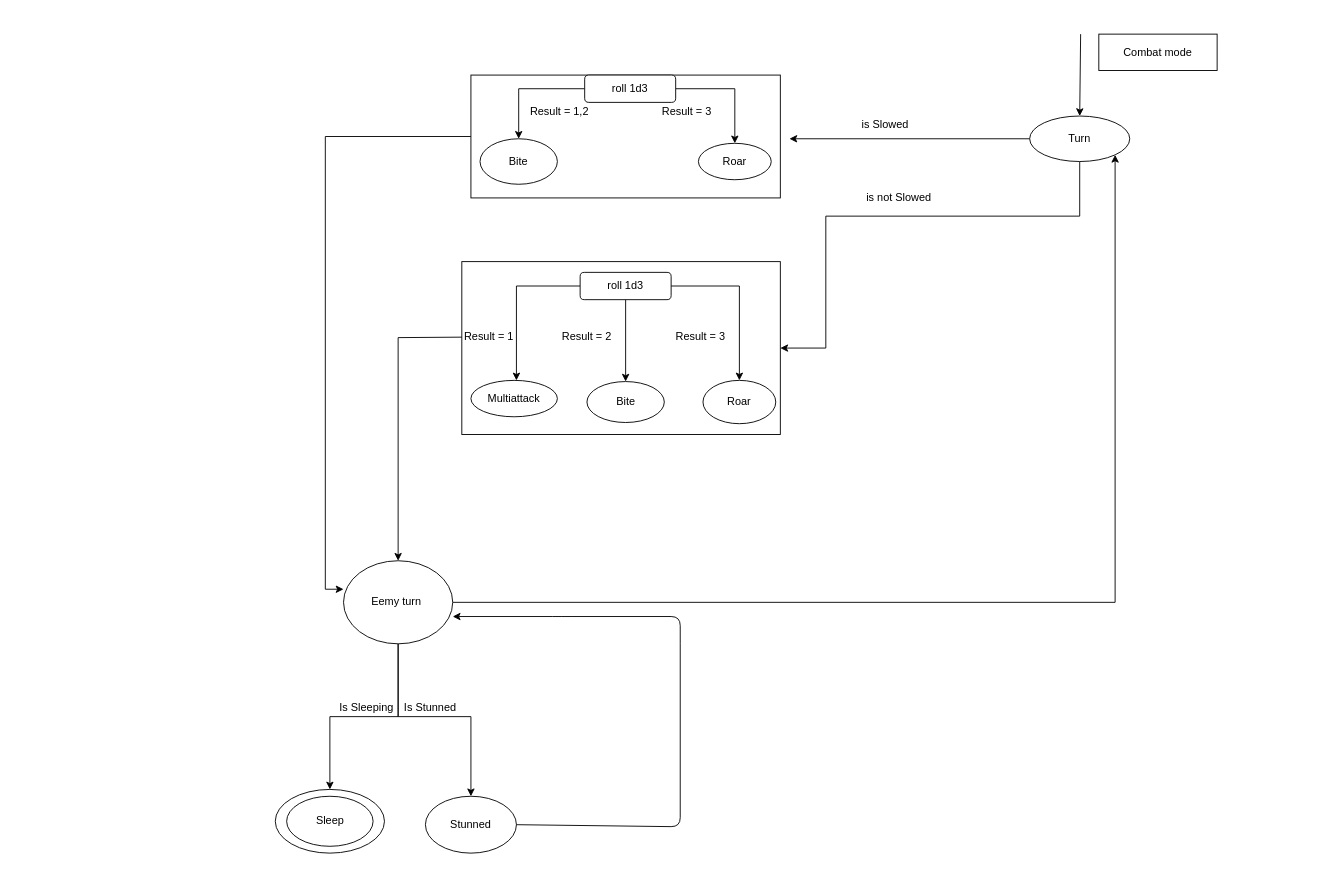
Earlier version of the draw.io diagram page "Page-1" (1 of 2) of Documentation/Pictures/Level/FSM/Cerberus_FSM_source.drawio (Sephirothbahamut/Accio-Niffler). Source tidied: cells renumbered, new cells numbered last; positions are measured from the earlier drawing's top-left corner, leaving out a move shared by most shapes. Both pictures are drawn from the tidied source at 91%, with x=0, y=0 at pixel (275, 34).
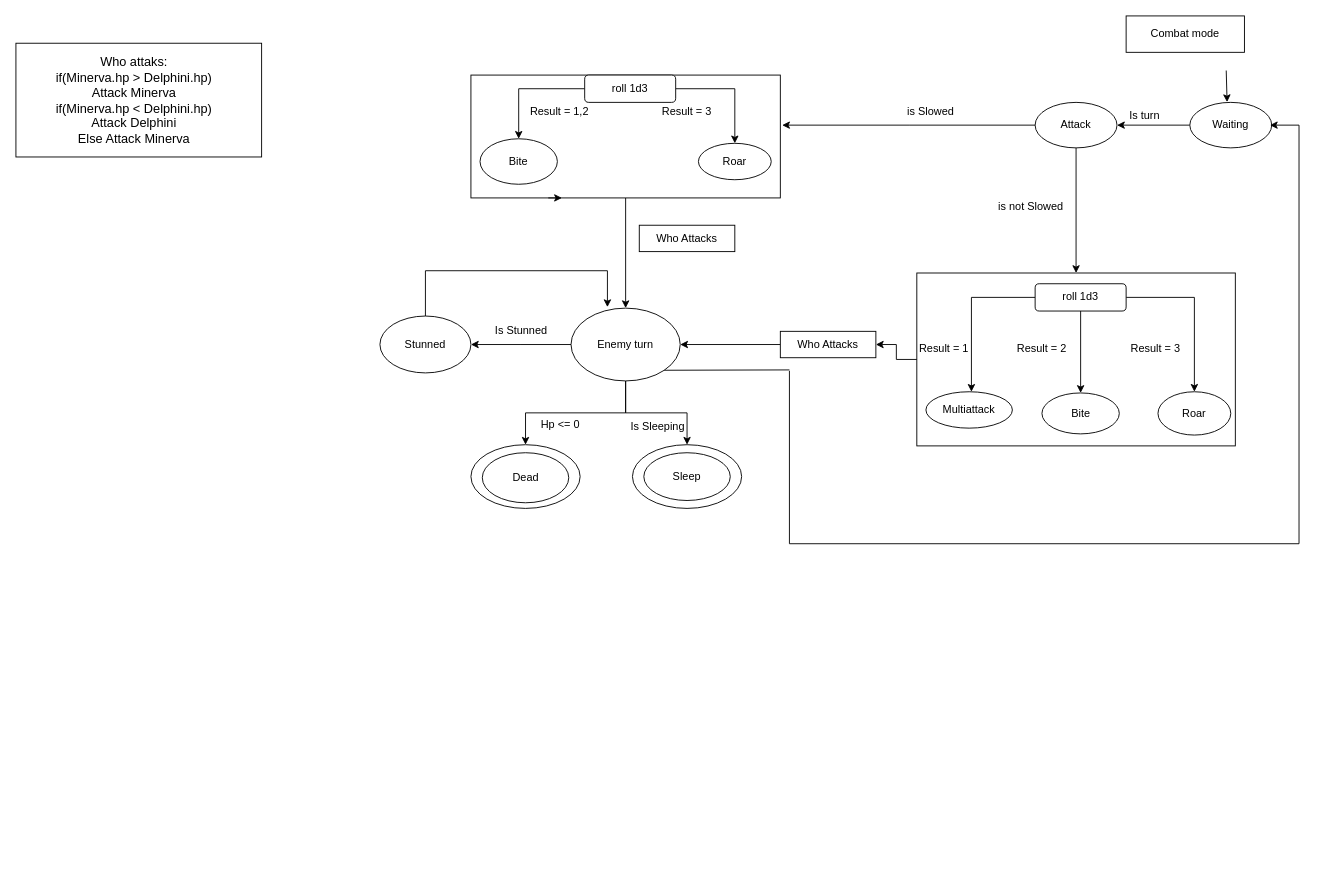
After the change.

Commit message (it also covers changes not shown here):
fixed cerberus fsm

The change refers to these unchanged cells:
```xml
<mxCell id="15" style="rounded=0;whiteSpace=wrap;html=1;" parent="1" vertex="1">
  <mxGeometry x="215" y="45" width="340" height="135" as="geometry" />
</mxCell>
```

Diff of the diagram source:
```diff
@@
     <mxCell id="2" value="Combat mode" style="rounded=0;whiteSpace=wrap;html=1;" parent="1" vertex="1">
-      <mxGeometry x="905" width="130" height="40" as="geometry" />
+      <mxGeometry x="935" y="-20" width="130" height="40" as="geometry" />
     </mxCell>
-    <mxCell id="3" style="endArrow=classic;html=1;entryX=0.5;entryY=0;entryDx=0;entryDy=0;" parent="1" edge="1" target="6">
-      <mxGeometry relative="1" as="geometry">
-        <mxPoint x="885" as="sourcePoint" />
-      </mxGeometry>
-    </mxCell>
-    <mxCell id="4" style="edgeStyle=orthogonalEdgeStyle;rounded=0;jettySize=auto;html=1;" parent="1" edge="1" source="6">
-      <mxGeometry relative="1" as="geometry">
-        <mxPoint x="565" y="115" as="targetPoint" />
-      </mxGeometry>
-    </mxCell>
-    <mxCell id="5" style="edgeStyle=orthogonalEdgeStyle;rounded=0;jettySize=auto;html=1;" parent="1" edge="1" source="6" target="24">
-      <mxGeometry relative="1" as="geometry">
-        <Array as="points">
-          <mxPoint x="884" y="200" />
-          <mxPoint x="605" y="200" />
-        </Array>
-      </mxGeometry>
-    </mxCell>
+    <mxCell id="40" style="edgeStyle=orthogonalEdgeStyle;rounded=0;jettySize=auto;html=1;" parent="1" edge="1" source="6" target="46">
+      <mxGeometry relative="1" as="geometry" />
+    </mxCell>
-    <mxCell id="6" value="Turn" style="ellipse;whiteSpace=wrap;html=1;" parent="1" vertex="1">
-      <mxGeometry x="829" y="90" width="110" height="50" as="geometry" />
+    <mxCell id="6" value="Waiting" style="ellipse;whiteSpace=wrap;html=1;" parent="1" vertex="1">
+      <mxGeometry x="1005" y="75" width="90" height="50" as="geometry" />
     </mxCell>
     <mxCell id="7" value="Stunned" style="ellipse;whiteSpace=wrap;html=1;" parent="1" vertex="1">
-      <mxGeometry x="165" y="837.5" width="100" height="62.5" as="geometry" />
+      <mxGeometry x="115" y="309.8" width="100" height="62.5" as="geometry" />
     </mxCell>
     <mxCell id="8" style="ellipse;whiteSpace=wrap;html=1;direction=west;" parent="1" vertex="1">
-      <mxGeometry y="830" width="120" height="70" as="geometry" />
+      <mxGeometry x="392.5" y="451.2" width="120" height="70" as="geometry" />
     </mxCell>
     <mxCell id="9" value="Sleep" style="ellipse;whiteSpace=wrap;html=1;" parent="1" vertex="1">
-      <mxGeometry x="12.5" y="837.5" width="95" height="55" as="geometry" />
+      <mxGeometry x="405" y="460" width="95" height="52.5" as="geometry" />
     </mxCell>
-    <mxCell id="10" style="edgeStyle=orthogonalEdgeStyle;rounded=0;jettySize=auto;html=1;entryX=1;entryY=1;entryDx=0;entryDy=0;" parent="1" edge="1" source="13" target="6">
-      <mxGeometry relative="1" as="geometry" />
-    </mxCell>
-    <mxCell id="11" style="edgeStyle=orthogonalEdgeStyle;rounded=0;jettySize=auto;html=1;entryX=0.5;entryY=0;entryDx=0;entryDy=0;" parent="1" edge="1" source="13" target="7">
-      <mxGeometry relative="1" as="geometry">
-        <Array as="points">
-          <mxPoint x="135" y="750" />
-          <mxPoint x="215" y="750" />
-          <mxPoint x="215" y="834" />
-        </Array>
-      </mxGeometry>
-    </mxCell>
-    <mxCell id="12" style="edgeStyle=orthogonalEdgeStyle;rounded=0;jettySize=auto;html=1;entryX=0.5;entryY=1;entryDx=0;entryDy=0;" parent="1" edge="1" source="13" target="8">
-      <mxGeometry relative="1" as="geometry">
-        <Array as="points">
-          <mxPoint x="135" y="750" />
-          <mxPoint x="60" y="750" />
-        </Array>
-      </mxGeometry>
-    </mxCell>
-    <mxCell id="13" value="Eemy turn&amp;nbsp;" style="ellipse;whiteSpace=wrap;html=1;" parent="1" vertex="1">
-      <mxGeometry x="75" y="578.7" width="120" height="91.3" as="geometry" />
-    </mxCell>
-    <mxCell id="14" style="edgeStyle=orthogonalEdgeStyle;rounded=0;jettySize=auto;html=1;entryX=0;entryY=0.343;entryDx=0;entryDy=0;entryPerimeter=0;" parent="1" edge="1" source="15" target="13">
-      <mxGeometry relative="1" as="geometry" />
-    </mxCell>
+    <mxCell id="41" style="edgeStyle=orthogonalEdgeStyle;rounded=0;jettySize=auto;html=1;" parent="1" edge="1" source="15" target="51">
+      <mxGeometry relative="1" as="geometry" />
+    </mxCell>
@@
     <mxCell id="16" value="is Slowed" style="text;html=1;align=center;verticalAlign=middle;" parent="1" vertex="1">
-      <mxGeometry x="635" y="90" width="70" height="20" as="geometry" />
+      <mxGeometry x="685" y="75" width="70" height="20" as="geometry" />
     </mxCell>
@@
+    <mxCell id="42" style="edgeStyle=orthogonalEdgeStyle;rounded=0;jettySize=auto;html=1;" parent="1" edge="1" source="58" target="51">
+      <mxGeometry relative="1" as="geometry" />
+    </mxCell>
     <mxCell id="24" style="whiteSpace=wrap;html=1;" parent="1" vertex="1">
-      <mxGeometry x="205" y="250" width="350" height="190" as="geometry" />
+      <mxGeometry x="705" y="262.5" width="350" height="190" as="geometry" />
     </mxCell>
     <mxCell id="25" value="is not Slowed" style="text;html=1;align=center;verticalAlign=middle;" parent="1" vertex="1">
-      <mxGeometry x="640" y="170" width="90" height="20" as="geometry" />
+      <mxGeometry x="785" y="180" width="90" height="20" as="geometry" />
     </mxCell>
     <mxCell id="26" style="edgeStyle=orthogonalEdgeStyle;rounded=0;jettySize=auto;html=1;" parent="1" edge="1" source="29" target="30">
       <mxGeometry relative="1" as="geometry">
         <Array as="points">
-          <mxPoint x="265" y="277" />
+          <mxPoint x="765" y="289.5" />
         </Array>
       </mxGeometry>
     </mxCell>
@@
     <mxCell id="29" value="roll 1d3" style="rounded=1;whiteSpace=wrap;html=1;" parent="1" vertex="1">
-      <mxGeometry x="335" y="261.8" width="100" height="30" as="geometry" />
+      <mxGeometry x="835" y="274.3" width="100" height="30" as="geometry" />
     </mxCell>
     <mxCell id="30" value="Multiattack" style="ellipse;whiteSpace=wrap;html=1;rounded=1;" parent="1" vertex="1">
-      <mxGeometry x="215" y="380.5" width="95" height="40" as="geometry" />
+      <mxGeometry x="715" y="393" width="95" height="40" as="geometry" />
     </mxCell>
-    <mxCell id="31" style="edgeStyle=orthogonalEdgeStyle;rounded=0;jettySize=auto;html=1;entryX=0.5;entryY=0;entryDx=0;entryDy=0;" parent="1" edge="1" target="13">
-      <mxGeometry relative="1" as="geometry">
-        <mxPoint x="205" y="333" as="sourcePoint" />
-      </mxGeometry>
-    </mxCell>
     <mxCell id="32" value="Result = 1" style="text;html=1;strokeColor=none;fillColor=none;align=center;verticalAlign=middle;whiteSpace=wrap;rounded=0;" parent="1" vertex="1">
-      <mxGeometry x="205" y="315.6" width="60" height="35" as="geometry" />
+      <mxGeometry x="705" y="328.1" width="60" height="35" as="geometry" />
     </mxCell>
     <mxCell id="33" value="Bite" style="ellipse;whiteSpace=wrap;html=1;rounded=1;" parent="1" vertex="1">
-      <mxGeometry x="342.5" y="381.8" width="85" height="45" as="geometry" />
+      <mxGeometry x="842.5" y="394.3" width="85" height="45" as="geometry" />
     </mxCell>
     <mxCell id="34" value="Result = 2" style="text;html=1;strokeColor=none;fillColor=none;align=center;verticalAlign=middle;whiteSpace=wrap;rounded=0;" parent="1" vertex="1">
-      <mxGeometry x="310" y="323.1" width="65" height="20" as="geometry" />
+      <mxGeometry x="810" y="335.6" width="65" height="20" as="geometry" />
     </mxCell>
     <mxCell id="35" value="Roar" style="ellipse;whiteSpace=wrap;html=1;rounded=1;" parent="1" vertex="1">
-      <mxGeometry x="470" y="380.5" width="80" height="47.6" as="geometry" />
+      <mxGeometry x="970" y="393" width="80" height="47.6" as="geometry" />
     </mxCell>
     <mxCell id="36" value="Result = 3" style="text;html=1;strokeColor=none;fillColor=none;align=center;verticalAlign=middle;whiteSpace=wrap;rounded=0;" parent="1" vertex="1">
-      <mxGeometry x="435" y="323.1" width="65" height="20" as="geometry" />
+      <mxGeometry x="935" y="335.6" width="65" height="20" as="geometry" />
     </mxCell>
     <mxCell id="37" value="Is Sleeping" style="text;html=1;align=center;verticalAlign=middle;" parent="1" vertex="1">
-      <mxGeometry x="65" y="730" width="70" height="20" as="geometry" />
+      <mxGeometry x="385" y="420.7" width="70" height="20" as="geometry" />
     </mxCell>
     <mxCell id="38" value="Is Stunned" style="text;html=1;align=center;verticalAlign=middle;" parent="1" vertex="1">
-      <mxGeometry x="135" y="730" width="70" height="20" as="geometry" />
+      <mxGeometry x="235" y="315.6" width="70" height="20" as="geometry" />
     </mxCell>
-    <mxCell id="39" style="endArrow=classic;html=1;exitX=1;exitY=0.5;exitDx=0;exitDy=0;" parent="1" edge="1" source="7">
-      <mxGeometry relative="1" as="geometry">
-        <mxPoint x="195" y="640" as="targetPoint" />
-        <Array as="points">
-          <mxPoint x="445" y="871" />
-          <mxPoint x="445" y="680" />
-          <mxPoint x="445" y="640" />
-          <mxPoint x="315" y="640" />
-        </Array>
-      </mxGeometry>
-    </mxCell>
+    <mxCell id="43" style="endArrow=classic;html=1;entryX=0.455;entryY=-0.006;entryDx=0;entryDy=0;entryPerimeter=0;" parent="1" edge="1" target="6">
+      <mxGeometry relative="1" as="geometry">
+        <mxPoint x="1045" y="40" as="sourcePoint" />
+      </mxGeometry>
+    </mxCell>
+    <mxCell id="44" style="edgeStyle=orthogonalEdgeStyle;rounded=0;jettySize=auto;html=1;" parent="1" edge="1" source="46">
+      <mxGeometry relative="1" as="geometry">
+        <mxPoint x="557" y="100" as="targetPoint" />
+      </mxGeometry>
+    </mxCell>
+    <mxCell id="45" style="edgeStyle=orthogonalEdgeStyle;rounded=0;jettySize=auto;html=1;" parent="1" edge="1" source="46" target="24">
+      <mxGeometry relative="1" as="geometry" />
+    </mxCell>
+    <mxCell id="46" value="Attack" style="ellipse;whiteSpace=wrap;html=1;" parent="1" vertex="1">
+      <mxGeometry x="835" y="75" width="90" height="50" as="geometry" />
+    </mxCell>
+    <mxCell id="47" value="Is turn" style="text;html=1;align=center;verticalAlign=middle;" parent="1" vertex="1">
+      <mxGeometry x="930" y="80" width="50" height="20" as="geometry" />
+    </mxCell>
+    <mxCell id="48" style="edgeStyle=orthogonalEdgeStyle;rounded=0;jettySize=auto;html=1;" parent="1" edge="1" source="51" target="7">
+      <mxGeometry relative="1" as="geometry" />
+    </mxCell>
+    <mxCell id="49" style="edgeStyle=orthogonalEdgeStyle;rounded=0;jettySize=auto;html=1;entryX=0.5;entryY=1;entryDx=0;entryDy=0;" parent="1" edge="1" source="51" target="55">
+      <mxGeometry relative="1" as="geometry" />
+    </mxCell>
+    <mxCell id="50" style="edgeStyle=orthogonalEdgeStyle;rounded=0;jettySize=auto;html=1;" parent="1" edge="1" source="51" target="8">
+      <mxGeometry relative="1" as="geometry" />
+    </mxCell>
+    <mxCell id="51" value="Enemy turn" style="ellipse;whiteSpace=wrap;html=1;" parent="1" vertex="1">
+      <mxGeometry x="325" y="301.1" width="120" height="80" as="geometry" />
+    </mxCell>
+    <mxCell id="52" value="Who Attacks" style="rounded=0;whiteSpace=wrap;html=1;" parent="1" vertex="1">
+      <mxGeometry x="400" y="210" width="105" height="29" as="geometry" />
+    </mxCell>
+    <mxCell id="53" style="rounded=0;whiteSpace=wrap;html=1;" parent="1" vertex="1">
+      <mxGeometry x="-285" y="10" width="270" height="125" as="geometry" />
+    </mxCell>
+    <mxCell id="54" value="&lt;font style=&quot;font-size: 14px&quot;&gt;Who attaks:&lt;br&gt;if(Minerva.hp &amp;gt; Delphini.hp)&lt;br&gt;Attack Minerva&lt;br&gt;if(Minerva.hp &amp;lt; Delphini.hp)&lt;br&gt;Attack Delphini&lt;br&gt;Else Attack Minerva&lt;/font&gt;" style="text;html=1;strokeColor=none;fillColor=none;align=center;verticalAlign=middle;whiteSpace=wrap;rounded=0;" parent="1" vertex="1">
+      <mxGeometry x="-285" y="12.5" width="260" height="120" as="geometry" />
+    </mxCell>
+    <mxCell id="55" style="ellipse;whiteSpace=wrap;html=1;direction=west;" parent="1" vertex="1">
+      <mxGeometry x="215" y="451.2" width="120" height="70" as="geometry" />
+    </mxCell>
+    <mxCell id="56" value="Dead" style="ellipse;whiteSpace=wrap;html=1;" parent="1" vertex="1">
+      <mxGeometry x="227.5" y="460" width="95" height="55" as="geometry" />
+    </mxCell>
+    <mxCell id="57" value="Hp &amp;lt;= 0" style="text;html=1;align=center;verticalAlign=middle;" parent="1" vertex="1">
+      <mxGeometry x="282.5" y="419.3" width="60" height="20" as="geometry" />
+    </mxCell>
+    <mxCell id="58" value="Who Attacks" style="rounded=0;whiteSpace=wrap;html=1;" parent="1" vertex="1">
+      <mxGeometry x="555" y="326.6" width="105" height="29" as="geometry" />
+    </mxCell>
+    <mxCell id="59" style="edgeStyle=orthogonalEdgeStyle;rounded=0;jettySize=auto;html=1;" parent="1" edge="1" source="24" target="58">
+      <mxGeometry relative="1" as="geometry" />
+    </mxCell>
+    <mxCell id="60" style="edgeStyle=orthogonalEdgeStyle;rounded=0;orthogonalLoop=1;jettySize=auto;html=1;exitX=0.25;exitY=1;exitDx=0;exitDy=0;entryX=0.294;entryY=0.998;entryDx=0;entryDy=0;entryPerimeter=0;" parent="1" edge="1" source="15" target="15">
+      <mxGeometry relative="1" as="geometry" />
+    </mxCell>
+    <mxCell id="61" style="endArrow=none;html=1;exitX=0.5;exitY=0;exitDx=0;exitDy=0;" parent="1" edge="1" source="7">
+      <mxGeometry relative="1" as="geometry">
+        <mxPoint x="165" y="260" as="targetPoint" />
+      </mxGeometry>
+    </mxCell>
+    <mxCell id="62" style="endArrow=none;html=1;" parent="1" edge="1">
+      <mxGeometry relative="1" as="geometry">
+        <mxPoint x="165" y="260" as="sourcePoint" />
+        <mxPoint x="365" y="260" as="targetPoint" />
+      </mxGeometry>
+    </mxCell>
+    <mxCell id="63" style="endArrow=classic;html=1;" parent="1" edge="1">
+      <mxGeometry relative="1" as="geometry">
+        <mxPoint x="365" y="260" as="sourcePoint" />
+        <mxPoint x="365" y="300" as="targetPoint" />
+      </mxGeometry>
+    </mxCell>
+    <mxCell id="64" style="endArrow=none;html=1;exitX=1;exitY=1;exitDx=0;exitDy=0;" parent="1" edge="1" source="51">
+      <mxGeometry relative="1" as="geometry">
+        <mxPoint x="565" y="369" as="targetPoint" />
+      </mxGeometry>
+    </mxCell>
+    <mxCell id="65" style="endArrow=none;html=1;" parent="1" edge="1">
+      <mxGeometry relative="1" as="geometry">
+        <mxPoint x="565" y="560" as="sourcePoint" />
+        <mxPoint x="565" y="370" as="targetPoint" />
+      </mxGeometry>
+    </mxCell>
+    <mxCell id="66" style="endArrow=none;html=1;" parent="1" edge="1">
+      <mxGeometry relative="1" as="geometry">
+        <mxPoint x="565" y="560" as="sourcePoint" />
+        <mxPoint x="1125" y="560" as="targetPoint" />
+      </mxGeometry>
+    </mxCell>
+    <mxCell id="67" style="endArrow=none;html=1;" parent="1" edge="1">
+      <mxGeometry relative="1" as="geometry">
+        <mxPoint x="1125" y="560" as="sourcePoint" />
+        <mxPoint x="1125" y="100" as="targetPoint" />
+      </mxGeometry>
+    </mxCell>
+    <mxCell id="68" style="endArrow=classic;html=1;" parent="1" edge="1">
+      <mxGeometry relative="1" as="geometry">
+        <mxPoint x="1125" y="100" as="sourcePoint" />
+        <mxPoint x="1093" y="100" as="targetPoint" />
+      </mxGeometry>
+    </mxCell>
```
